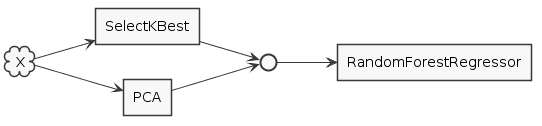
Earlier version of the PlantUML export ibex_pres/generated/deployment_col_aggregating_further_transformations.png (atavory/atavory.github.io).
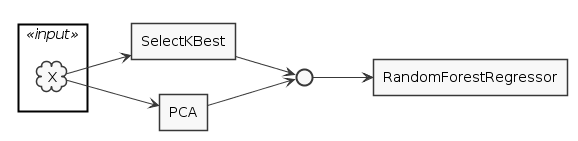
The same file after the commit.

Change to the diagram source:
```diff
@@ -5,11 +5,13 @@
 
 left to right direction
 
-skinparam artifact {
-    BorderColor lightgrey
+skinparam rectangle {
+    BorderColor<<input>> Red
 }
 
-cloud X
+rectangle "" <<input>> {
+    cloud X
+}
 rectangle SelectKBest
 rectangle PCA
 interface " " as c1
```
